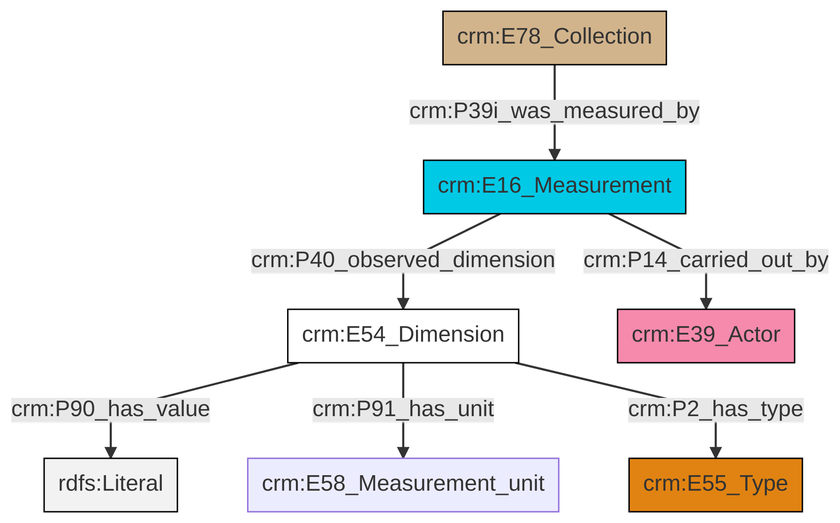
The Mermaid diagram et/archivalCSV/ttl/mmd/png/archival_substance.png in swiss-art-research-net/docs.swissartresearch, before a commit. Its source is kept beside it as et/archivalCSV/ttl/mmd/archival_substance.ttl.mmd.
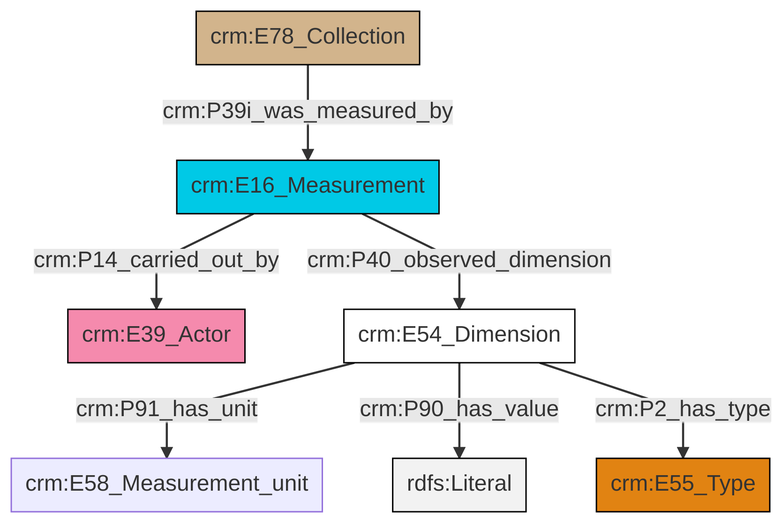
After the commit.

Change to the diagram source:
```diff
@@ -13,9 +13,9 @@
 classDef PC_Classes fill:#4ce600, stroke:#000000;
 classDef Multi fill:#cccccc,stroke:#000000;
 
-0["crm:E54_Dimension"]:::CRM_Entity -->|crm:P90_has_value| 1[rdfs:Literal]:::Literal
-2["crm:E16_Measurement"]:::Temporal_Entity -->|crm:P40_observed_dimension| 0["crm:E54_Dimension"]:::CRM_Entity
-0["crm:E54_Dimension"]:::CRM_Entity -->|crm:P91_has_unit| 6["crm:E58_Measurement_unit"]:::Default
-0["crm:E54_Dimension"]:::CRM_Entity -->|crm:P2_has_type| 9["crm:E55_Type"]:::Type
-4["crm:E78_Collection"]:::Physical_Thing -->|crm:P39i_was_measured_by| 2["crm:E16_Measurement"]:::Temporal_Entity
-2["crm:E16_Measurement"]:::Temporal_Entity -->|crm:P14_carried_out_by| 7["crm:E39_Actor"]:::Actor
+4["crm:E54_Dimension"]:::CRM_Entity -->|crm:P91_has_unit| 5["crm:E58_Measurement_unit"]:::Default
+2["crm:E78_Collection"]:::Physical_Thing -->|crm:P39i_was_measured_by| 6["crm:E16_Measurement"]:::Temporal_Entity
+6["crm:E16_Measurement"]:::Temporal_Entity -->|crm:P14_carried_out_by| 0["crm:E39_Actor"]:::Actor
+6["crm:E16_Measurement"]:::Temporal_Entity -->|crm:P40_observed_dimension| 4["crm:E54_Dimension"]:::CRM_Entity
+4["crm:E54_Dimension"]:::CRM_Entity -->|crm:P90_has_value| 11[rdfs:Literal]:::Literal
+4["crm:E54_Dimension"]:::CRM_Entity -->|crm:P2_has_type| 9["crm:E55_Type"]:::Type
```
